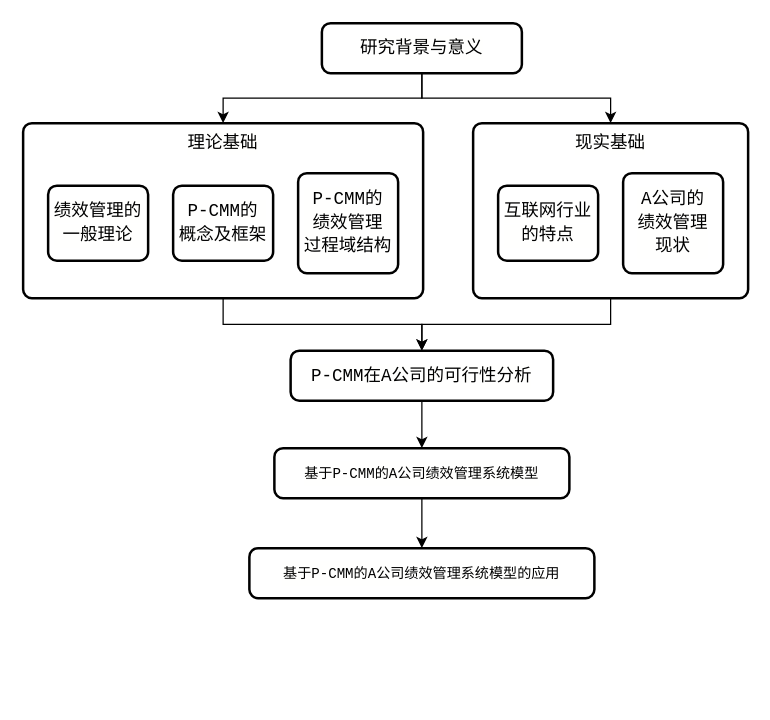
Before: 未命名绘图.drawio in guzhenhuaGitHub/draw_io, a draw.io diagram. Source tidied: cells renumbered, new cells numbered last; positions are measured from the earlier drawing's top-left corner, leaving out a move shared by most shapes. Both pictures are drawn from the tidied source at 125%, with x=0, y=0 at pixel (22, 22).
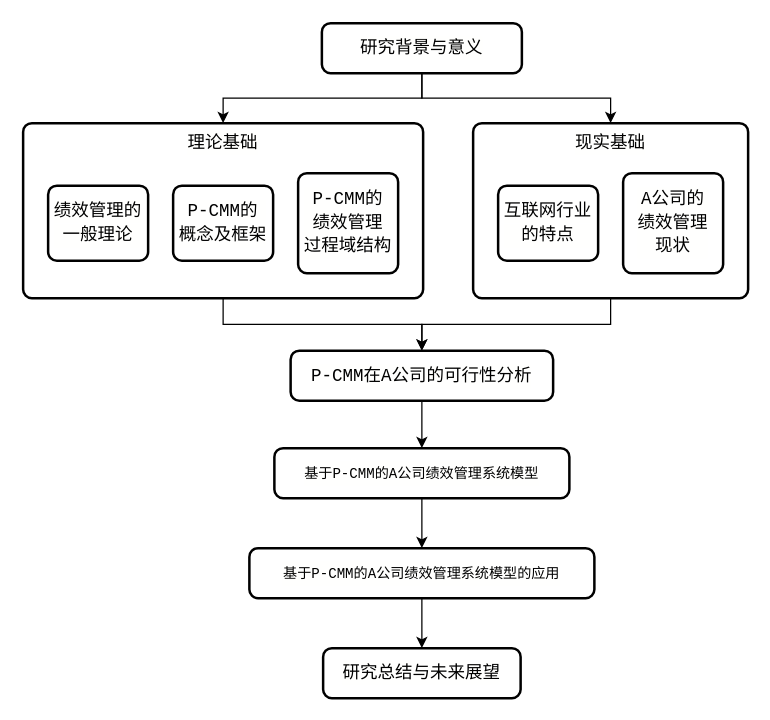
After the change.

Commit message:
技术线路图v3

The change refers to these unchanged cells:
```xml
<mxCell id="18" value="&lt;div style=&quot;background-color: rgb(255, 255, 254); font-family: Consolas, &amp;quot;Courier New&amp;quot;, monospace; font-size: 14px; line-height: 19px; white-space: pre;&quot;&gt;&lt;span style=&quot;font-size: 8.47pt;&quot;&gt;基于P-CMM的A公司绩效管理系统模型的应用&lt;/span&gt;&lt;br&gt;&lt;/div&gt;" style="rounded=1;whiteSpace=wrap;html=1;absoluteArcSize=1;arcSize=14;strokeWidth=2;" parent="1" vertex="1">
  <mxGeometry x="181" y="420" width="276" height="40" as="geometry" />
</mxCell>
```

Diff of the diagram source:
```diff
@@
+    <mxCell id="19" style="edgeStyle=orthogonalEdgeStyle;rounded=0;jettySize=auto;html=1;" parent="1" edge="1" source="18" target="20">
+      <mxGeometry relative="1" as="geometry" />
+    </mxCell>
@@
+    <mxCell id="20" value="&lt;div style=&quot;background-color: rgb(255, 255, 254); font-family: Consolas, &amp;quot;Courier New&amp;quot;, monospace; font-size: 14px; line-height: 19px; white-space: pre;&quot;&gt;&lt;div style=&quot;line-height: 19px;&quot;&gt;&lt;span style=&quot;&quot;&gt;研究总结与未来展望&lt;/span&gt;&lt;/div&gt;&lt;/div&gt;" style="rounded=1;whiteSpace=wrap;html=1;absoluteArcSize=1;arcSize=14;strokeWidth=2;fontColor=#000000;" parent="1" vertex="1">
+      <mxGeometry x="240" y="500" width="158" height="40" as="geometry" />
+    </mxCell>
```
